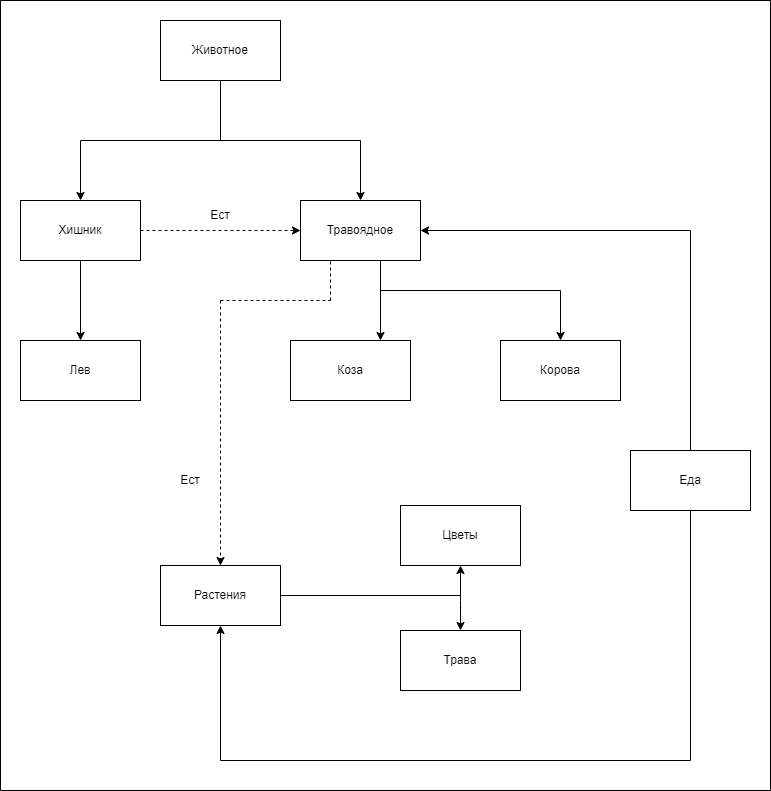
Before: AnimalFoodModel.drawio.png, a diagram exported from draw.io (KyryloDvornyk/opp-problem). Source tidied: cells renumbered, new cells last; positions are measured from the earlier drawing's top-left corner, leaving out a move shared by most shapes. Its diagram source:
```xml
<mxGraphModel>
  <root>
    <mxCell id="0" />
    <mxCell id="1" parent="0" />
    <mxCell id="2" value="Животное" style="rounded=0;whiteSpace=wrap;html=1;" parent="1" vertex="1">
      <mxGeometry x="160" y="20" width="120" height="60" as="geometry" />
    </mxCell>
    <mxCell id="3" value="Еда" style="rounded=0;whiteSpace=wrap;html=1;" parent="1" vertex="1">
      <mxGeometry x="630" y="450" width="120" height="60" as="geometry" />
    </mxCell>
    <mxCell id="4" style="endArrow=none;html=1;rounded=0;exitX=0.5;exitY=1;exitDx=0;exitDy=0;endFill=0;" parent="1" edge="1" source="2">
      <mxGeometry relative="1" as="geometry">
        <mxPoint x="220" y="140" as="targetPoint" />
      </mxGeometry>
    </mxCell>
    <mxCell id="5" style="endArrow=none;html=1;rounded=0;" parent="1" edge="1">
      <mxGeometry relative="1" as="geometry">
        <mxPoint x="80" y="140" as="sourcePoint" />
        <mxPoint x="360" y="140" as="targetPoint" />
      </mxGeometry>
    </mxCell>
    <mxCell id="6" style="endArrow=classic;html=1;rounded=0;" parent="1" edge="1" target="7">
      <mxGeometry relative="1" as="geometry">
        <mxPoint x="80" y="140" as="sourcePoint" />
      </mxGeometry>
    </mxCell>
    <mxCell id="7" value="Хишник" style="rounded=0;whiteSpace=wrap;html=1;" parent="1" vertex="1">
      <mxGeometry x="20" y="200" width="120" height="60" as="geometry" />
    </mxCell>
    <mxCell id="8" value="Травоядное" style="rounded=0;whiteSpace=wrap;html=1;" parent="1" vertex="1">
      <mxGeometry x="300" y="200" width="120" height="60" as="geometry" />
    </mxCell>
    <mxCell id="9" style="endArrow=classic;html=1;rounded=0;entryX=0.5;entryY=0;entryDx=0;entryDy=0;" parent="1" edge="1" target="8">
      <mxGeometry relative="1" as="geometry">
        <mxPoint x="360" y="140" as="sourcePoint" />
      </mxGeometry>
    </mxCell>
    <mxCell id="10" value="Растения" style="rounded=0;whiteSpace=wrap;html=1;" parent="1" vertex="1">
      <mxGeometry x="160" y="565" width="120" height="60" as="geometry" />
    </mxCell>
    <mxCell id="11" style="endArrow=none;html=1;rounded=0;exitX=1;exitY=0.5;exitDx=0;exitDy=0;" parent="1" edge="1" source="10">
      <mxGeometry relative="1" as="geometry">
        <mxPoint x="460" y="595" as="targetPoint" />
      </mxGeometry>
    </mxCell>
    <mxCell id="12" style="endArrow=classic;html=1;rounded=0;entryX=0.5;entryY=1;entryDx=0;entryDy=0;" parent="1" edge="1" target="14">
      <mxGeometry relative="1" as="geometry">
        <mxPoint x="460" y="600" as="sourcePoint" />
      </mxGeometry>
    </mxCell>
    <mxCell id="13" style="endArrow=classic;html=1;rounded=0;entryX=0.5;entryY=0;entryDx=0;entryDy=0;" parent="1" edge="1" target="15">
      <mxGeometry relative="1" as="geometry">
        <mxPoint x="460" y="600" as="sourcePoint" />
      </mxGeometry>
    </mxCell>
    <mxCell id="14" value="Цветы" style="rounded=0;whiteSpace=wrap;html=1;" parent="1" vertex="1">
      <mxGeometry x="400" y="505" width="120" height="60" as="geometry" />
    </mxCell>
    <mxCell id="15" value="Трава" style="rounded=0;whiteSpace=wrap;html=1;" parent="1" vertex="1">
      <mxGeometry x="400" y="630" width="120" height="60" as="geometry" />
    </mxCell>
    <mxCell id="16" style="endArrow=none;html=1;rounded=0;exitX=0.5;exitY=0;exitDx=0;exitDy=0;" parent="1" edge="1" source="3">
      <mxGeometry relative="1" as="geometry">
        <mxPoint x="690" y="230" as="targetPoint" />
      </mxGeometry>
    </mxCell>
    <mxCell id="17" style="endArrow=classic;html=1;rounded=0;entryX=1;entryY=0.5;entryDx=0;entryDy=0;" parent="1" edge="1" target="8">
      <mxGeometry relative="1" as="geometry">
        <mxPoint x="690" y="230" as="sourcePoint" />
      </mxGeometry>
    </mxCell>
    <mxCell id="18" value="Лев" style="rounded=0;whiteSpace=wrap;html=1;" parent="1" vertex="1">
      <mxGeometry x="20" y="340" width="120" height="60" as="geometry" />
    </mxCell>
    <mxCell id="19" value="Коза" style="rounded=0;whiteSpace=wrap;html=1;" parent="1" vertex="1">
      <mxGeometry x="290" y="340" width="120" height="60" as="geometry" />
    </mxCell>
    <mxCell id="20" value="Корова" style="rounded=0;whiteSpace=wrap;html=1;" parent="1" vertex="1">
      <mxGeometry x="500" y="340" width="120" height="60" as="geometry" />
    </mxCell>
    <mxCell id="21" style="endArrow=classic;html=1;rounded=0;exitX=0.5;exitY=1;exitDx=0;exitDy=0;" parent="1" edge="1" source="7" target="18">
      <mxGeometry relative="1" as="geometry" />
    </mxCell>
    <mxCell id="22" style="endArrow=classic;html=1;rounded=0;exitX=1;exitY=0.5;exitDx=0;exitDy=0;entryX=0;entryY=0.5;entryDx=0;entryDy=0;dashed=1;" parent="1" edge="1" source="7" target="8">
      <mxGeometry relative="1" as="geometry" />
    </mxCell>
    <mxCell id="23" value="Ест" style="text;html=1;strokeColor=none;fillColor=none;align=center;verticalAlign=middle;whiteSpace=wrap;rounded=0;" parent="1" vertex="1">
      <mxGeometry x="190" y="200" width="60" height="30" as="geometry" />
    </mxCell>
    <mxCell id="24" style="endArrow=none;html=1;rounded=0;entryX=0.5;entryY=1;entryDx=0;entryDy=0;" parent="1" edge="1" target="3">
      <mxGeometry relative="1" as="geometry">
        <mxPoint x="690" y="760" as="sourcePoint" />
      </mxGeometry>
    </mxCell>
    <mxCell id="25" style="endArrow=none;html=1;rounded=0;" parent="1" edge="1">
      <mxGeometry relative="1" as="geometry">
        <mxPoint x="220" y="760" as="sourcePoint" />
        <mxPoint x="690" y="760" as="targetPoint" />
      </mxGeometry>
    </mxCell>
    <mxCell id="26" style="endArrow=classic;html=1;rounded=0;entryX=0.5;entryY=1;entryDx=0;entryDy=0;" parent="1" edge="1" target="10">
      <mxGeometry relative="1" as="geometry">
        <mxPoint x="220" y="760" as="sourcePoint" />
      </mxGeometry>
    </mxCell>
    <mxCell id="27" style="endArrow=none;html=1;rounded=0;entryX=0.25;entryY=1;entryDx=0;entryDy=0;dashed=1;" parent="1" edge="1" target="8">
      <mxGeometry relative="1" as="geometry">
        <mxPoint x="330" y="300" as="sourcePoint" />
      </mxGeometry>
    </mxCell>
    <mxCell id="28" style="endArrow=none;html=1;rounded=0;dashed=1;" parent="1" edge="1">
      <mxGeometry relative="1" as="geometry">
        <mxPoint x="220" y="300" as="sourcePoint" />
        <mxPoint x="330" y="300" as="targetPoint" />
      </mxGeometry>
    </mxCell>
    <mxCell id="29" style="endArrow=classic;html=1;rounded=0;entryX=0.5;entryY=0;entryDx=0;entryDy=0;dashed=1;" parent="1" edge="1" target="10">
      <mxGeometry relative="1" as="geometry">
        <mxPoint x="220" y="300" as="sourcePoint" />
      </mxGeometry>
    </mxCell>
    <mxCell id="30" value="Ест" style="text;html=1;strokeColor=none;fillColor=none;align=center;verticalAlign=middle;whiteSpace=wrap;rounded=0;" parent="1" vertex="1">
      <mxGeometry x="160" y="465" width="60" height="30" as="geometry" />
    </mxCell>
    <mxCell id="31" style="endArrow=classic;html=1;rounded=0;exitX=0.667;exitY=1;exitDx=0;exitDy=0;exitPerimeter=0;entryX=0.75;entryY=0;entryDx=0;entryDy=0;" parent="1" edge="1" source="8" target="19">
      <mxGeometry relative="1" as="geometry" />
    </mxCell>
    <mxCell id="32" style="endArrow=none;html=1;rounded=0;" parent="1" edge="1">
      <mxGeometry relative="1" as="geometry">
        <mxPoint x="380" y="290" as="sourcePoint" />
        <mxPoint x="560" y="290" as="targetPoint" />
      </mxGeometry>
    </mxCell>
    <mxCell id="33" style="endArrow=classic;html=1;rounded=0;entryX=0.5;entryY=0;entryDx=0;entryDy=0;" parent="1" edge="1" target="20">
      <mxGeometry relative="1" as="geometry">
        <mxPoint x="560" y="290" as="sourcePoint" />
      </mxGeometry>
    </mxCell>
    <mxCell id="34" style="swimlane;startSize=0;" parent="1" vertex="1">
      <mxGeometry width="770" height="790" as="geometry" />
    </mxCell>
  </root>
</mxGraphModel>
```
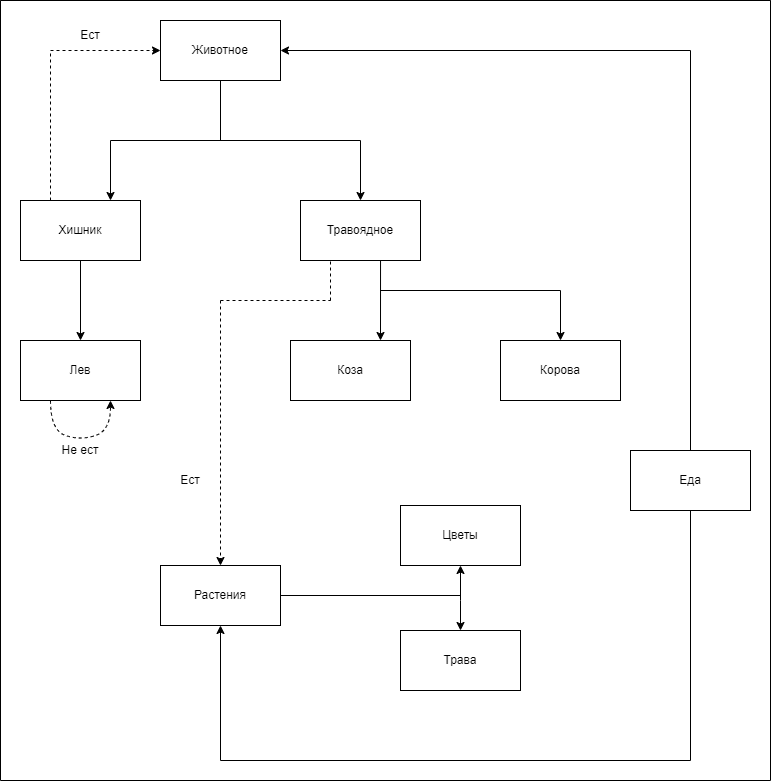
After the change.

What changed in the source:
```diff
@@ -15,13 +15,13 @@
     </mxCell>
     <mxCell id="5" style="endArrow=none;html=1;rounded=0;" parent="1" edge="1">
       <mxGeometry relative="1" as="geometry">
-        <mxPoint x="80" y="140" as="sourcePoint" />
+        <mxPoint x="110" y="140" as="sourcePoint" />
         <mxPoint x="360" y="140" as="targetPoint" />
       </mxGeometry>
     </mxCell>
-    <mxCell id="6" style="endArrow=classic;html=1;rounded=0;" parent="1" edge="1" target="7">
+    <mxCell id="6" style="endArrow=classic;html=1;rounded=0;entryX=0.75;entryY=0;entryDx=0;entryDy=0;" parent="1" edge="1" target="7">
       <mxGeometry relative="1" as="geometry">
-        <mxPoint x="80" y="140" as="sourcePoint" />
+        <mxPoint x="110" y="140" as="sourcePoint" />
       </mxGeometry>
     </mxCell>
     <mxCell id="7" value="Хишник" style="rounded=0;whiteSpace=wrap;html=1;" parent="1" vertex="1">
@@ -61,14 +61,9 @@
     </mxCell>
     <mxCell id="16" style="endArrow=none;html=1;rounded=0;exitX=0.5;exitY=0;exitDx=0;exitDy=0;" parent="1" edge="1" source="3">
       <mxGeometry relative="1" as="geometry">
-        <mxPoint x="690" y="230" as="targetPoint" />
+        <mxPoint x="690" y="50" as="targetPoint" />
       </mxGeometry>
     </mxCell>
-    <mxCell id="17" style="endArrow=classic;html=1;rounded=0;entryX=1;entryY=0.5;entryDx=0;entryDy=0;" parent="1" edge="1" target="8">
-      <mxGeometry relative="1" as="geometry">
-        <mxPoint x="690" y="230" as="sourcePoint" />
-      </mxGeometry>
-    </mxCell>
     <mxCell id="18" value="Лев" style="rounded=0;whiteSpace=wrap;html=1;" parent="1" vertex="1">
       <mxGeometry x="20" y="340" width="120" height="60" as="geometry" />
     </mxCell>
@@ -81,11 +76,13 @@
     <mxCell id="21" style="endArrow=classic;html=1;rounded=0;exitX=0.5;exitY=1;exitDx=0;exitDy=0;" parent="1" edge="1" source="7" target="18">
       <mxGeometry relative="1" as="geometry" />
     </mxCell>
-    <mxCell id="22" style="endArrow=classic;html=1;rounded=0;exitX=1;exitY=0.5;exitDx=0;exitDy=0;entryX=0;entryY=0.5;entryDx=0;entryDy=0;dashed=1;" parent="1" edge="1" source="7" target="8">
-      <mxGeometry relative="1" as="geometry" />
+    <mxCell id="22" style="endArrow=none;html=1;rounded=0;exitX=0.25;exitY=0;exitDx=0;exitDy=0;dashed=1;endFill=0;" parent="1" edge="1" source="7">
+      <mxGeometry relative="1" as="geometry">
+        <mxPoint x="50" y="50" as="targetPoint" />
+      </mxGeometry>
     </mxCell>
     <mxCell id="23" value="Ест" style="text;html=1;strokeColor=none;fillColor=none;align=center;verticalAlign=middle;whiteSpace=wrap;rounded=0;" parent="1" vertex="1">
-      <mxGeometry x="190" y="200" width="60" height="30" as="geometry" />
+      <mxGeometry x="60" y="20" width="60" height="30" as="geometry" />
     </mxCell>
     <mxCell id="24" style="endArrow=none;html=1;rounded=0;entryX=0.5;entryY=1;entryDx=0;entryDy=0;" parent="1" edge="1" target="3">
       <mxGeometry relative="1" as="geometry">
@@ -136,8 +133,30 @@
         <mxPoint x="560" y="290" as="sourcePoint" />
       </mxGeometry>
     </mxCell>
-    <mxCell id="34" style="swimlane;startSize=0;" parent="1" vertex="1">
-      <mxGeometry width="770" height="790" as="geometry" />
-    </mxCell>
+    <mxCell id="35" style="endArrow=classic;html=1;rounded=0;entryX=1;entryY=0.5;entryDx=0;entryDy=0;" parent="1" edge="1" target="2">
+      <mxGeometry relative="1" as="geometry">
+        <mxPoint x="690" y="50" as="sourcePoint" />
+      </mxGeometry>
+    </mxCell>
+    <mxCell id="36" style="endArrow=classic;html=1;rounded=0;entryX=0;entryY=0.5;entryDx=0;entryDy=0;dashed=1;" parent="1" edge="1" target="2">
+      <mxGeometry relative="1" as="geometry">
+        <mxPoint x="50" y="50" as="sourcePoint" />
+      </mxGeometry>
+    </mxCell>
+    <mxCell id="37" style="curved=1;endArrow=classic;html=1;rounded=0;dashed=1;exitX=0.25;exitY=1;exitDx=0;exitDy=0;entryX=0.75;entryY=1;entryDx=0;entryDy=0;" parent="1" edge="1" source="18" target="18">
+      <mxGeometry relative="1" as="geometry">
+        <Array as="points">
+          <mxPoint x="50" y="430" />
+          <mxPoint x="80" y="440" />
+          <mxPoint x="110" y="430" />
+        </Array>
+      </mxGeometry>
+    </mxCell>
+    <mxCell id="38" value="Не ест" style="text;html=1;strokeColor=none;fillColor=none;align=center;verticalAlign=middle;whiteSpace=wrap;rounded=0;" parent="1" vertex="1">
+      <mxGeometry x="50" y="435" width="60" height="30" as="geometry" />
+    </mxCell>
+    <mxCell id="39" style="swimlane;startSize=0;" parent="1" vertex="1">
+      <mxGeometry width="770" height="780" as="geometry" />
+    </mxCell>
   </root>
 </mxGraphModel>
```
